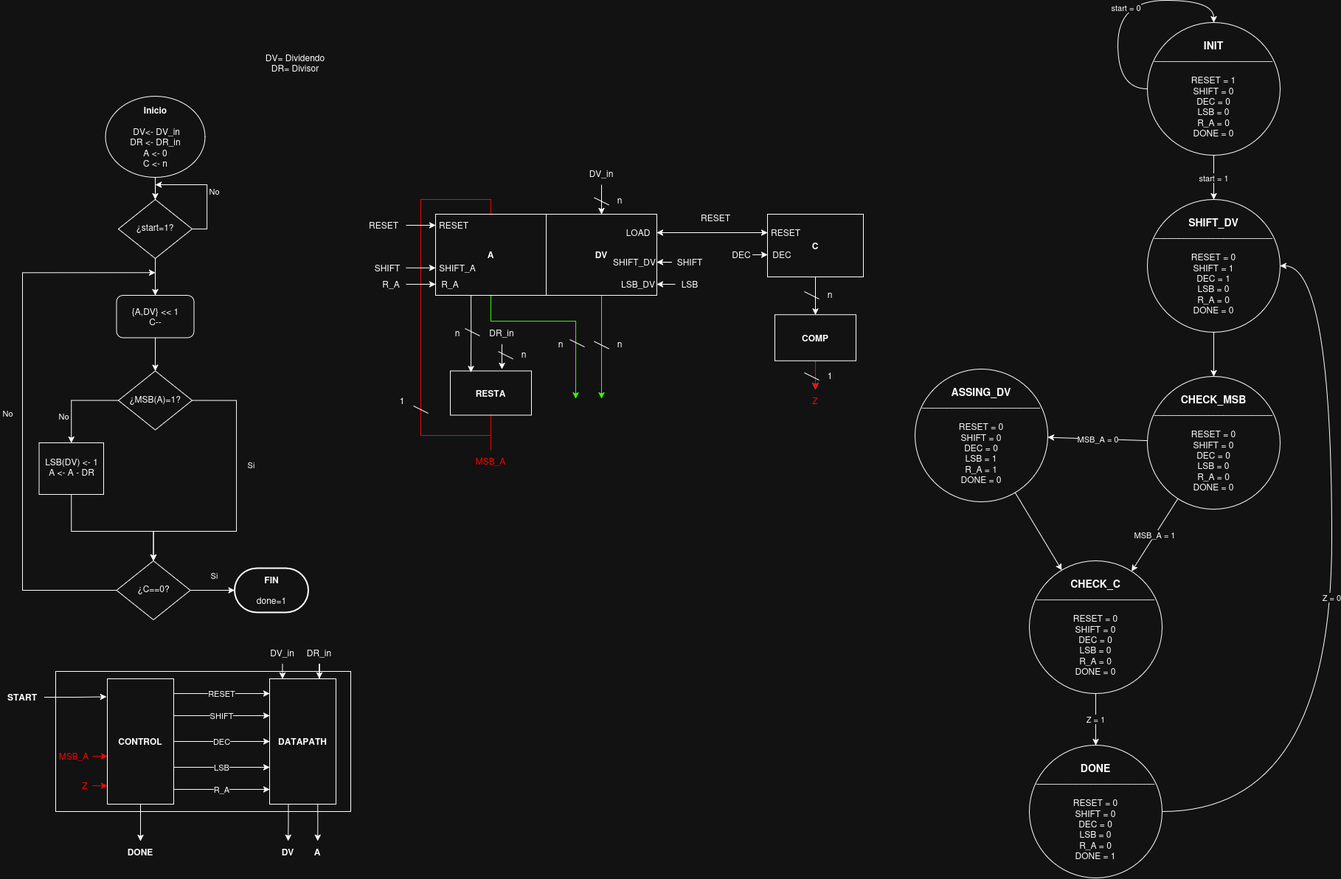
The draw.io diagram Divisor/Divisor_2.png in r3-electro-hub/Digital-l, before a commit. Source tidied: cells renumbered, new cells last; positions are measured from the earlier drawing's top-left corner, leaving out a move shared by most shapes.
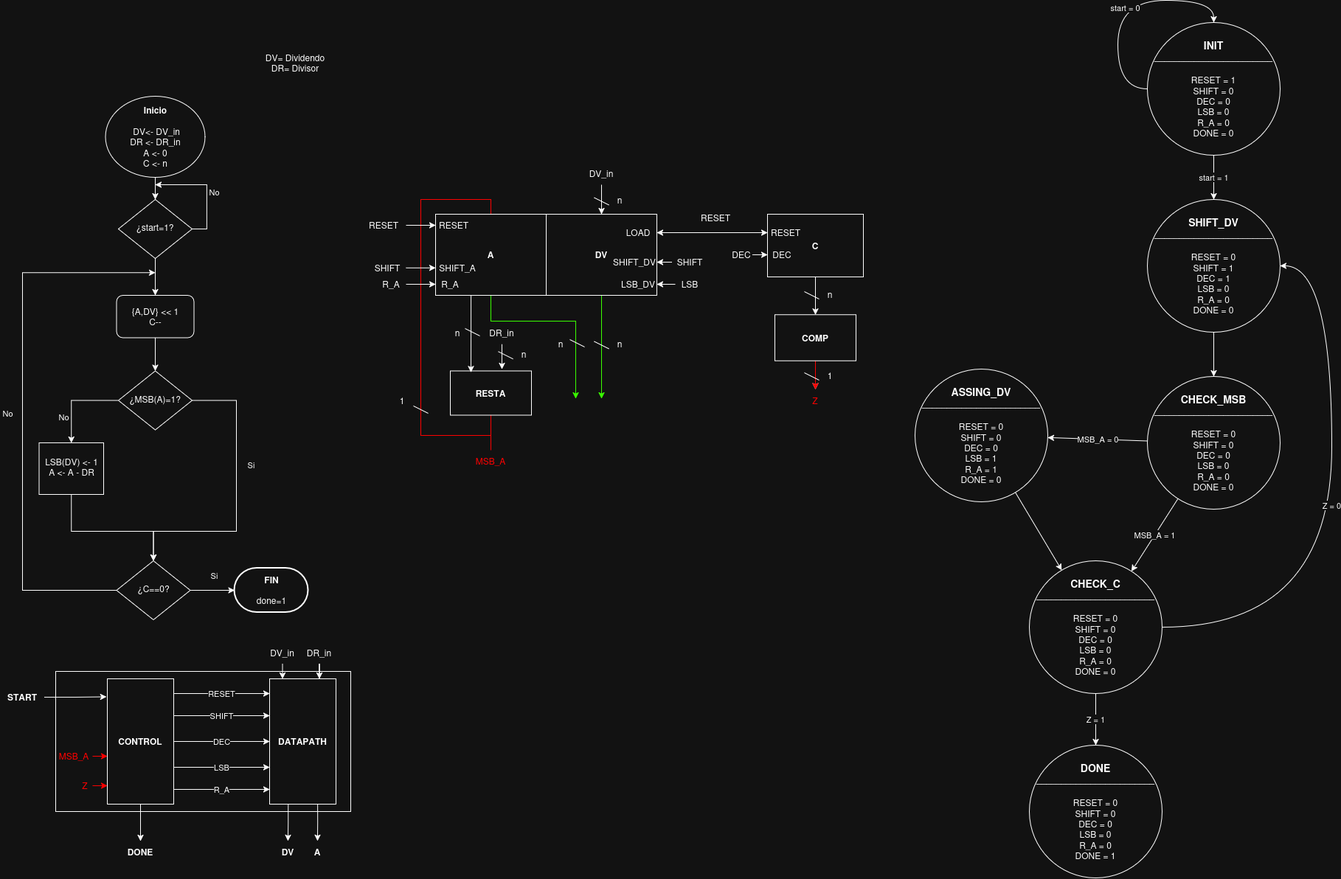
Above is the later version.

Change to the diagram source:
```diff
@@ -416,10 +416,10 @@
     <mxCell id="112" value="&lt;div&gt;&lt;font style=&quot;font-size: 14px;&quot;&gt;&lt;b&gt;CHECK_C&lt;/b&gt;&lt;/font&gt;&lt;div&gt;&lt;b&gt;&lt;font style=&quot;font-size: 14px;&quot;&gt;&lt;/font&gt;&lt;/b&gt;&lt;/div&gt;&lt;div&gt;&lt;b&gt;________________________&lt;/b&gt;&lt;/div&gt;&lt;div&gt;&lt;b&gt;&lt;font style=&quot;font-size: 14px;&quot;&gt;&lt;br&gt;&lt;/font&gt;&lt;/b&gt;&lt;/div&gt;RESET = 0&lt;/div&gt;&lt;div&gt;SHIFT = 0&lt;/div&gt;&lt;div&gt;DEC = 0&lt;/div&gt;&lt;div&gt;LSB = 0&lt;/div&gt;&lt;div&gt;R_A = 0&lt;/div&gt;&lt;div&gt;DONE = 0&lt;/div&gt;" style="ellipse;whiteSpace=wrap;html=1;" parent="1" vertex="1">
       <mxGeometry x="1395" y="760" width="180" height="180" as="geometry" />
     </mxCell>
-    <mxCell id="113" value="Z = 0" style="edgeStyle=orthogonalEdgeStyle;rounded=0;jettySize=auto;html=1;exitX=1;exitY=0.5;exitDx=0;exitDy=0;curved=1;" parent="1" edge="1" source="114" target="104">
+    <mxCell id="113" value="Z = 0" style="edgeStyle=orthogonalEdgeStyle;rounded=0;jettySize=auto;html=1;curved=1;" parent="1" edge="1" source="112" target="104">
       <mxGeometry relative="1" as="geometry">
         <Array as="points">
-          <mxPoint x="1805" y="1100" />
+          <mxPoint x="1805" y="850" />
           <mxPoint x="1805" y="360" />
         </Array>
       </mxGeometry>
```
